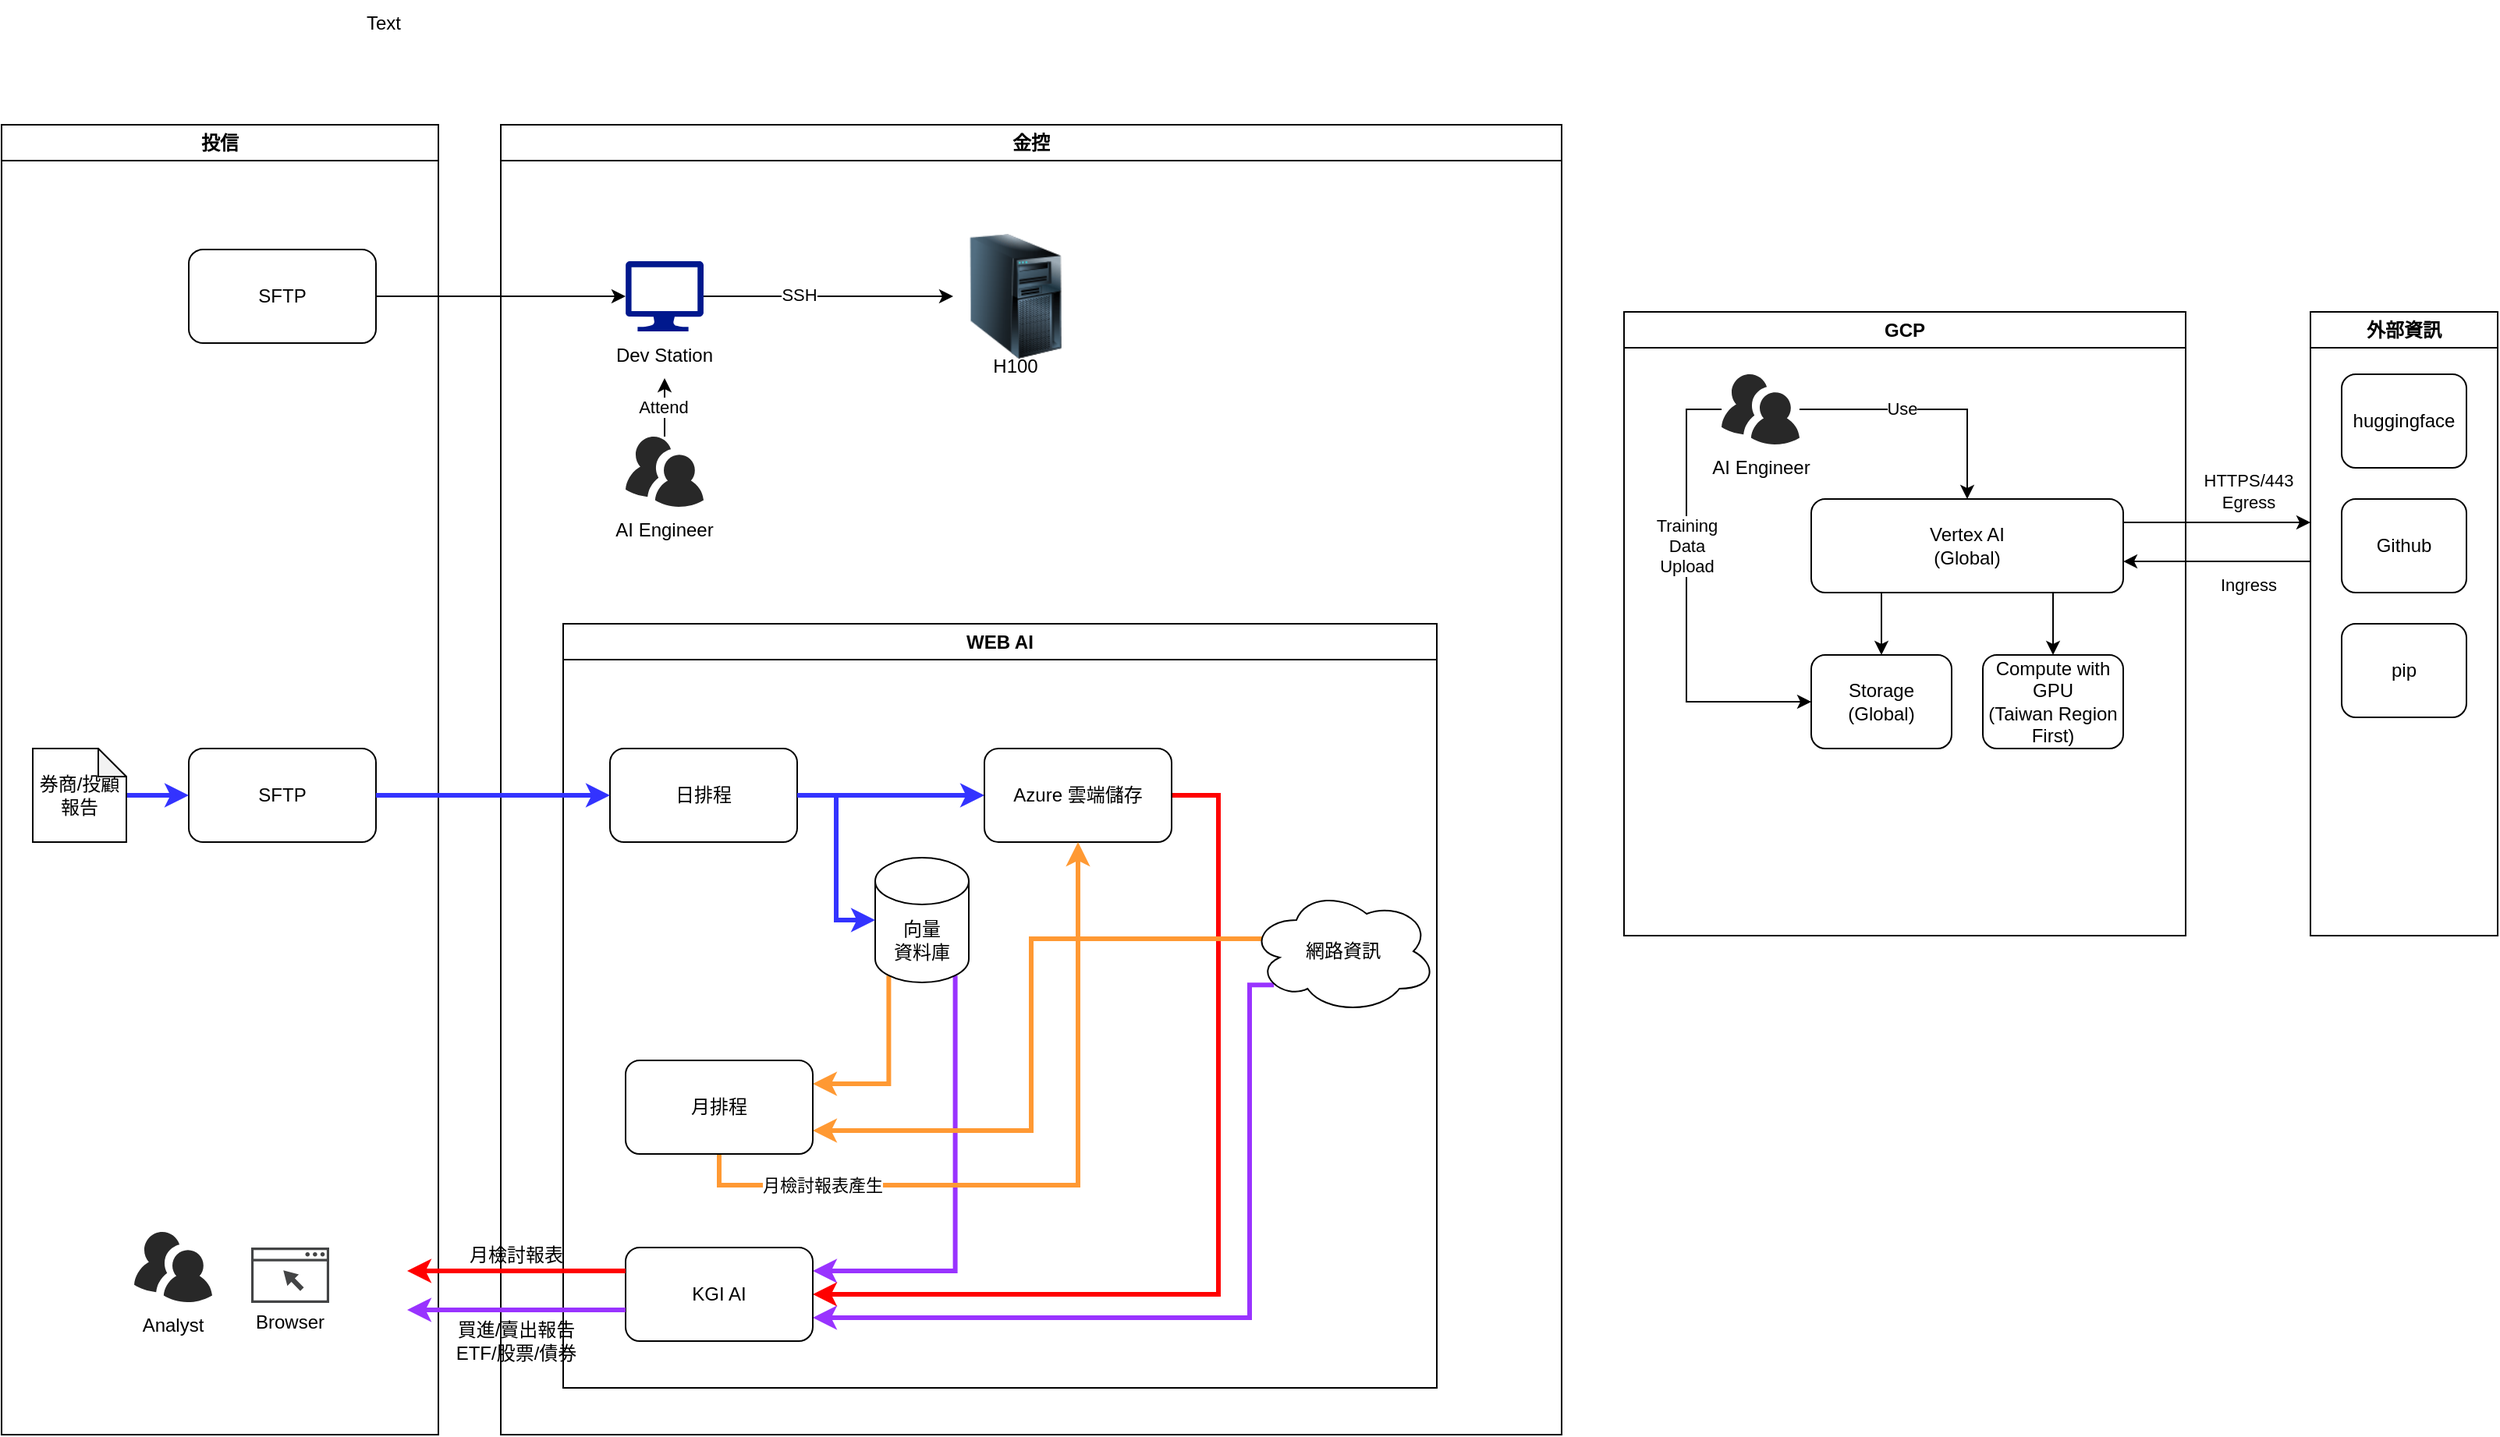
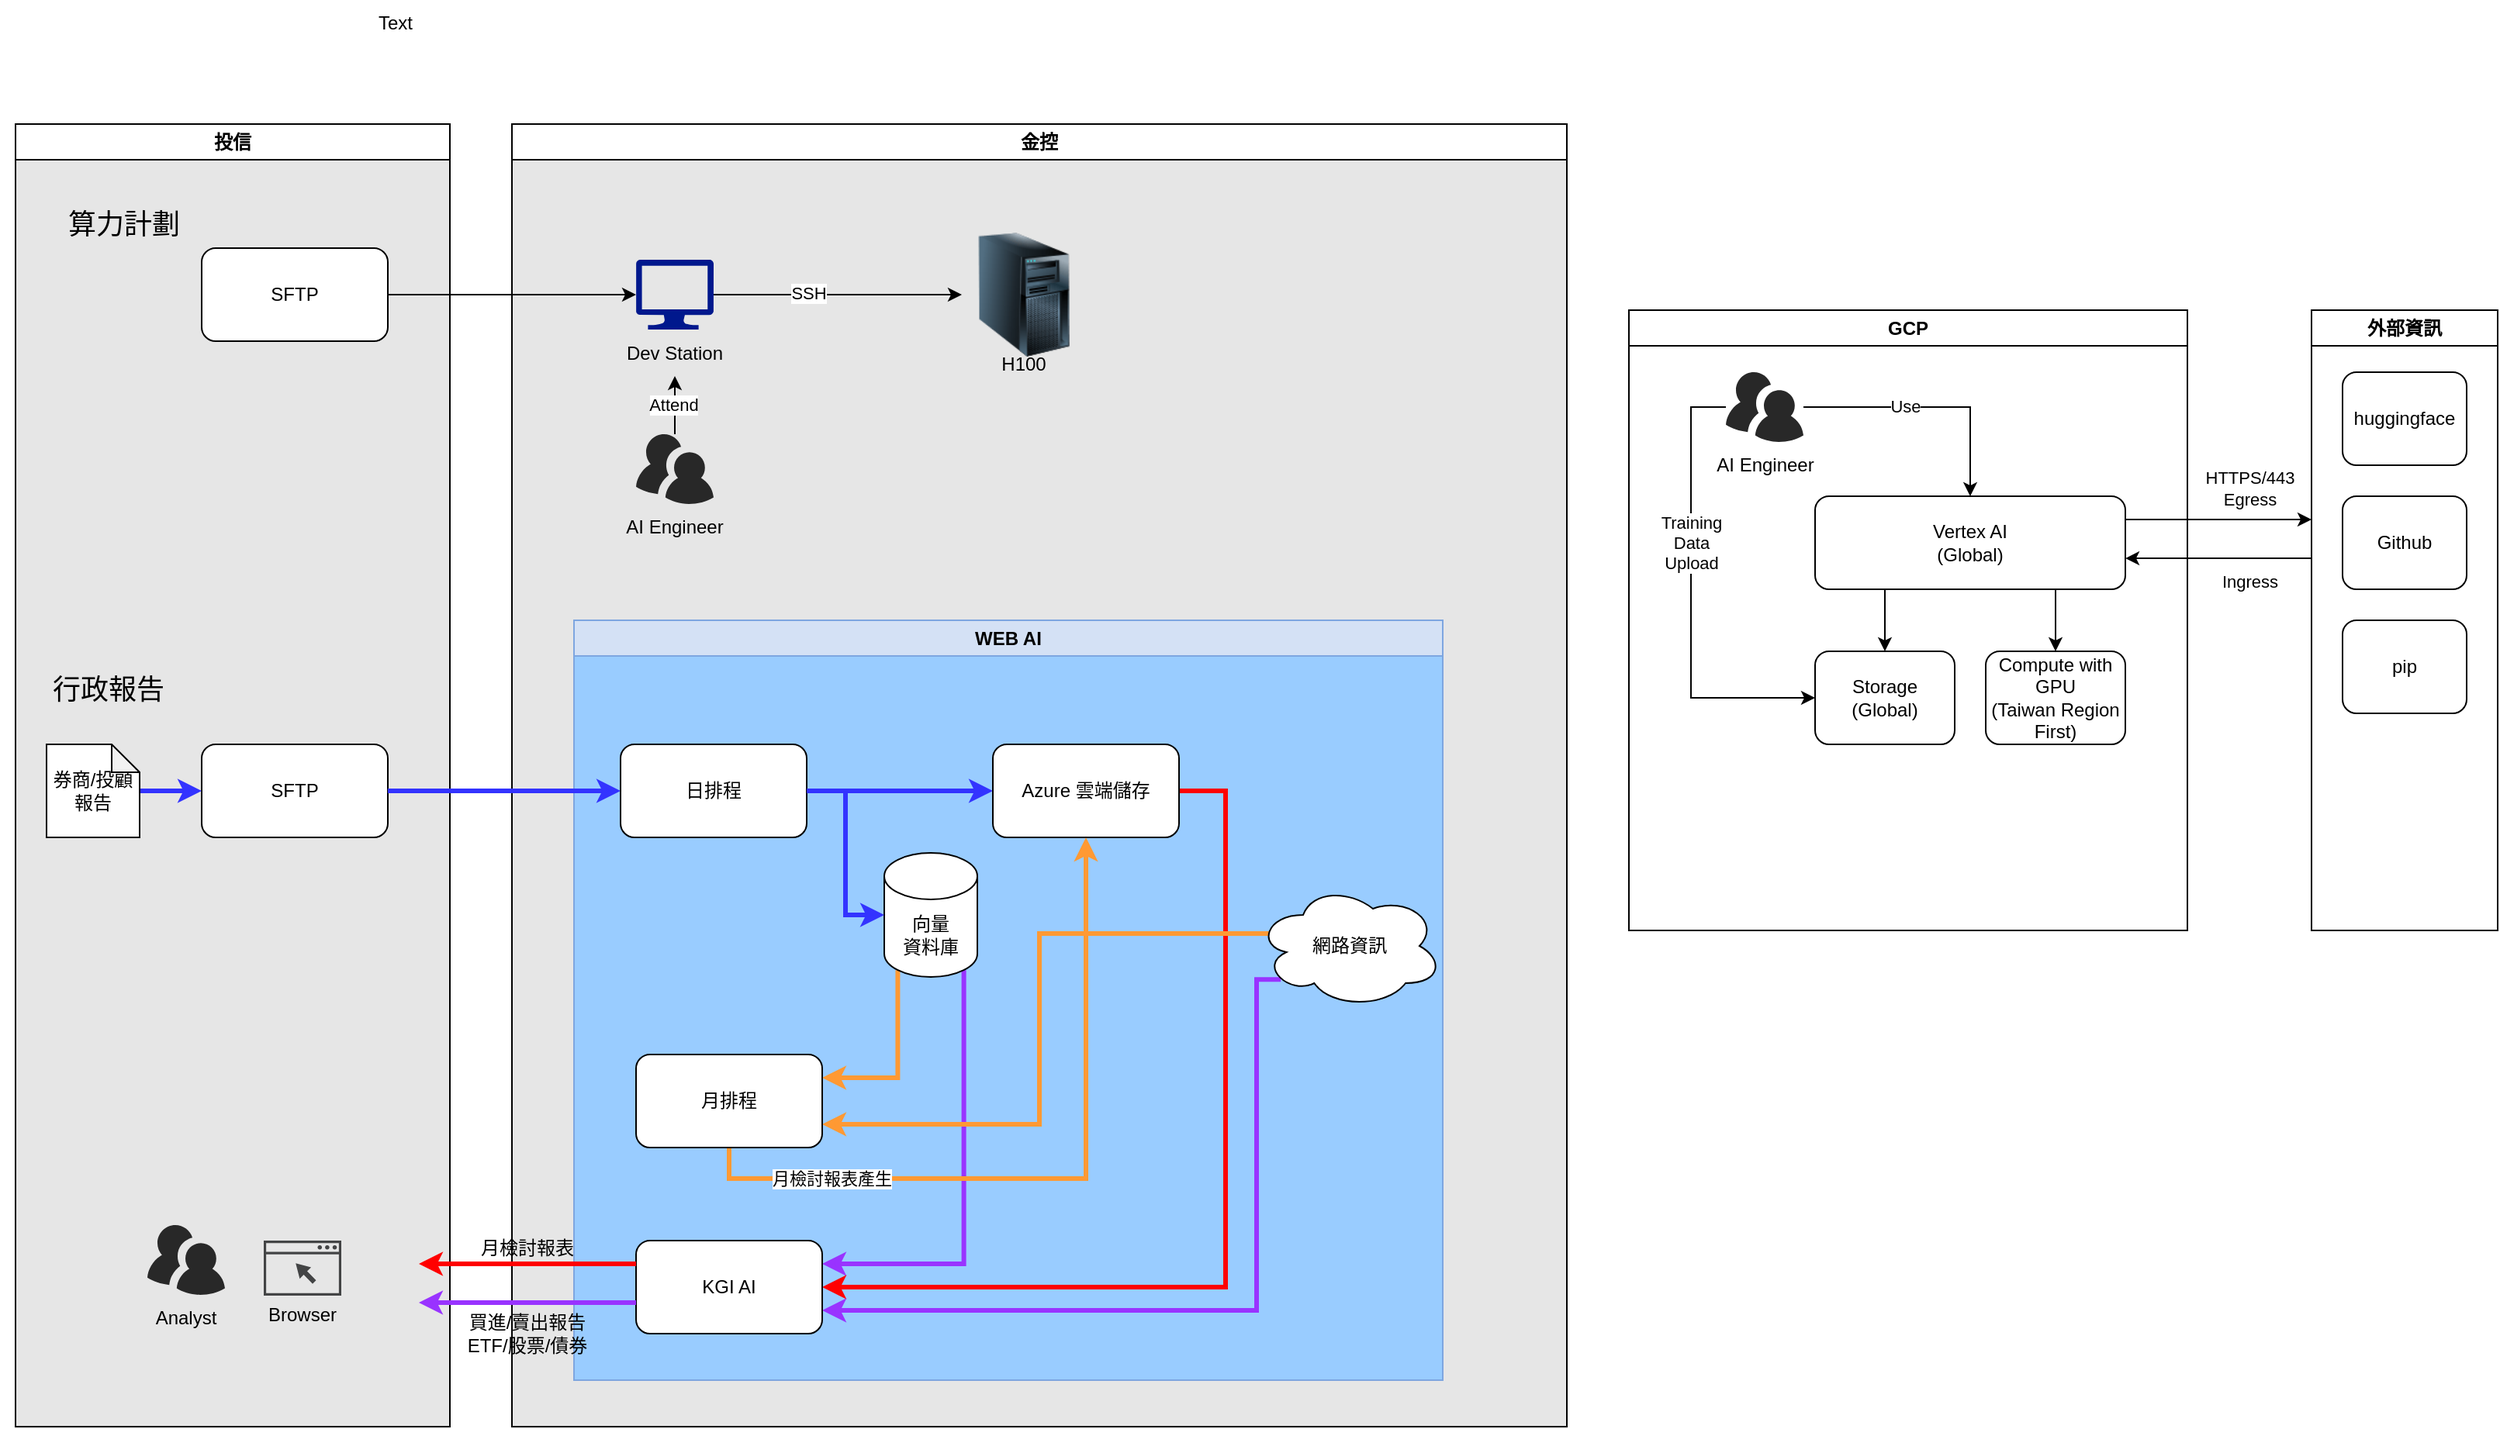
<mxfile host="app.diagrams.net" agent="Mozilla/5.0 (Windows NT 10.0; Win64; x64) AppleWebKit/537.36 (KHTML, like Gecko) Chrome/146.0.0.0 Safari/537.36" version="29.6.6">
  <diagram name="Page-1" id="9DGUQZyVQF0DHj5FkWRD">
-     <mxGraphModel dx="883" dy="453" grid="1" gridSize="10" guides="1" tooltips="1" connect="1" arrows="1" fold="1" page="1" pageScale="1" pageWidth="850" pageHeight="1100" math="0" shadow="0">
+     <mxGraphModel dx="1737" dy="1095" grid="1" gridSize="10" guides="1" tooltips="1" connect="1" arrows="1" fold="1" page="1" pageScale="1" pageWidth="850" pageHeight="1100" math="0" shadow="0">
      <root>
        <mxCell id="0" />
        <mxCell id="1" parent="0" />
-         <mxCell id="si7GJpF5iETkjapc_ZAv-2" parent="1" style="swimlane;whiteSpace=wrap;html=1;" value="投信" vertex="1">
+         <mxCell id="si7GJpF5iETkjapc_ZAv-2" parent="1" style="swimlane;whiteSpace=wrap;html=1;swimlaneFillColor=#E6E6E6;" value="投信" vertex="1">
          <mxGeometry height="840" width="280" x="80" y="120" as="geometry" />
        </mxCell>
        <mxCell id="si7GJpF5iETkjapc_ZAv-3" parent="si7GJpF5iETkjapc_ZAv-2" style="rounded=1;whiteSpace=wrap;html=1;" value="SFTP" vertex="1">
          <mxGeometry height="60" width="120" x="120" y="80" as="geometry" />
        </mxCell>
        <mxCell id="si7GJpF5iETkjapc_ZAv-15" parent="si7GJpF5iETkjapc_ZAv-2" style="rounded=1;whiteSpace=wrap;html=1;" value="SFTP" vertex="1">
          <mxGeometry height="60" width="120" x="120" y="400" as="geometry" />
        </mxCell>
        <mxCell id="si7GJpF5iETkjapc_ZAv-61" connectable="0" parent="si7GJpF5iETkjapc_ZAv-2" style="group" value="" vertex="1">
          <mxGeometry height="75" width="60" x="80" y="710" as="geometry" />
        </mxCell>
        <mxCell id="si7GJpF5iETkjapc_ZAv-59" parent="si7GJpF5iETkjapc_ZAv-61" style="verticalLabelPosition=bottom;sketch=0;html=1;fillColor=#282828;strokeColor=none;verticalAlign=top;pointerEvents=1;align=center;shape=mxgraph.cisco_safe.people_places_things_icons.icon9;" value="" vertex="1">
          <mxGeometry height="45" width="50" x="5" as="geometry" />
        </mxCell>
        <mxCell id="si7GJpF5iETkjapc_ZAv-37" parent="si7GJpF5iETkjapc_ZAv-61" style="text;html=1;whiteSpace=wrap;strokeColor=none;fillColor=none;align=center;verticalAlign=middle;rounded=0;autosize=1;resizable=0;" value="Analyst" vertex="1">
          <mxGeometry height="30" width="60" y="45" as="geometry" />
        </mxCell>
        <mxCell id="si7GJpF5iETkjapc_ZAv-80" connectable="0" parent="si7GJpF5iETkjapc_ZAv-2" style="group" value="" vertex="1">
          <mxGeometry height="62.75" width="70" x="150" y="720" as="geometry" />
        </mxCell>
        <mxCell id="si7GJpF5iETkjapc_ZAv-77" parent="si7GJpF5iETkjapc_ZAv-80" style="sketch=0;pointerEvents=1;shadow=0;dashed=0;html=1;strokeColor=none;fillColor=#434445;aspect=fixed;labelPosition=center;verticalLabelPosition=bottom;verticalAlign=top;align=center;outlineConnect=0;shape=mxgraph.vvd.web_browser;" value="" vertex="1">
          <mxGeometry height="35.5" width="50" x="10" as="geometry" />
        </mxCell>
        <mxCell id="si7GJpF5iETkjapc_ZAv-79" parent="si7GJpF5iETkjapc_ZAv-80" style="text;html=1;whiteSpace=wrap;strokeColor=none;fillColor=none;align=center;verticalAlign=middle;rounded=0;autosize=1;resizable=0;" value="Browser" vertex="1">
          <mxGeometry height="30" width="70" y="32.75" as="geometry" />
        </mxCell>
        <mxCell id="si7GJpF5iETkjapc_ZAv-83" edge="1" parent="si7GJpF5iETkjapc_ZAv-2" source="si7GJpF5iETkjapc_ZAv-82" style="edgeStyle=orthogonalEdgeStyle;rounded=0;orthogonalLoop=1;jettySize=auto;html=1;strokeColor=#3333FF;strokeWidth=3;" target="si7GJpF5iETkjapc_ZAv-15">
          <mxGeometry relative="1" as="geometry" />
        </mxCell>
        <mxCell id="si7GJpF5iETkjapc_ZAv-82" parent="si7GJpF5iETkjapc_ZAv-2" style="shape=note;whiteSpace=wrap;html=1;backgroundOutline=1;darkOpacity=0.05;size=18;" value="券商/投顧報告" vertex="1">
          <mxGeometry height="60" width="60" x="20" y="400" as="geometry" />
        </mxCell>
-         <mxCell id="si7GJpF5iETkjapc_ZAv-4" parent="1" style="swimlane;whiteSpace=wrap;html=1;" value="金控" vertex="1">
+         <mxCell id="si7GJpF5iETkjapc_ZAv-126" parent="si7GJpF5iETkjapc_ZAv-2" style="text;html=1;whiteSpace=wrap;strokeColor=none;fillColor=none;align=center;verticalAlign=middle;rounded=0;" value="&lt;font style=&quot;font-size: 18px;&quot;&gt;算力計劃&lt;/font&gt;" vertex="1">
+           <mxGeometry height="30" width="140" y="50" as="geometry" />
+         </mxCell>
+         <mxCell id="si7GJpF5iETkjapc_ZAv-127" parent="si7GJpF5iETkjapc_ZAv-2" style="text;html=1;whiteSpace=wrap;strokeColor=none;fillColor=none;align=center;verticalAlign=middle;rounded=0;" value="&lt;font style=&quot;font-size: 18px;&quot;&gt;行政報告&lt;/font&gt;" vertex="1">
+           <mxGeometry height="30" width="140" x="-10" y="350" as="geometry" />
+         </mxCell>
+         <mxCell id="si7GJpF5iETkjapc_ZAv-4" parent="1" style="swimlane;whiteSpace=wrap;html=1;swimlaneFillColor=#E6E6E6;" value="金控" vertex="1">
          <mxGeometry height="840" width="680" x="400" y="120" as="geometry" />
        </mxCell>
        <mxCell id="si7GJpF5iETkjapc_ZAv-12" edge="1" parent="si7GJpF5iETkjapc_ZAv-4" source="si7GJpF5iETkjapc_ZAv-6" style="edgeStyle=orthogonalEdgeStyle;rounded=0;orthogonalLoop=1;jettySize=auto;html=1;" target="si7GJpF5iETkjapc_ZAv-7">
          <mxGeometry relative="1" as="geometry" />
        </mxCell>
        <mxCell id="si7GJpF5iETkjapc_ZAv-13" connectable="0" parent="si7GJpF5iETkjapc_ZAv-12" style="edgeLabel;html=1;align=center;verticalAlign=middle;resizable=0;points=[];" value="SSH" vertex="1">
          <mxGeometry relative="1" x="-0.2415" y="1" as="geometry">
            <mxPoint as="offset" />
          </mxGeometry>
        </mxCell>
        <mxCell id="si7GJpF5iETkjapc_ZAv-7" parent="si7GJpF5iETkjapc_ZAv-4" style="image;html=1;image=img/lib/clip_art/computers/Server_Tower_128x128.png" value="" vertex="1">
          <mxGeometry height="80" width="80" x="290" y="70" as="geometry" />
        </mxCell>
        <mxCell id="si7GJpF5iETkjapc_ZAv-9" parent="si7GJpF5iETkjapc_ZAv-4" style="text;html=1;whiteSpace=wrap;strokeColor=none;fillColor=none;align=center;verticalAlign=middle;rounded=0;autosize=1;resizable=0;" value="H100" vertex="1">
          <mxGeometry height="30" width="50" x="305" y="140" as="geometry" />
        </mxCell>
        <mxCell id="si7GJpF5iETkjapc_ZAv-14" connectable="0" parent="si7GJpF5iETkjapc_ZAv-4" style="group" value="" vertex="1">
          <mxGeometry height="75" width="90" x="60" y="87.5" as="geometry" />
        </mxCell>
        <mxCell id="si7GJpF5iETkjapc_ZAv-6" parent="si7GJpF5iETkjapc_ZAv-14" style="sketch=0;aspect=fixed;pointerEvents=1;shadow=0;dashed=0;html=1;strokeColor=none;labelPosition=center;verticalLabelPosition=bottom;verticalAlign=top;align=center;fillColor=#00188D;shape=mxgraph.azure.computer" value="" vertex="1">
          <mxGeometry height="45" width="50" x="20" as="geometry" />
        </mxCell>
        <mxCell id="si7GJpF5iETkjapc_ZAv-10" parent="si7GJpF5iETkjapc_ZAv-14" style="text;html=1;whiteSpace=wrap;strokeColor=none;fillColor=none;align=center;verticalAlign=middle;rounded=0;autosize=1;resizable=0;" value="Dev Station" vertex="1">
          <mxGeometry height="30" width="90" y="45" as="geometry" />
        </mxCell>
-         <mxCell id="si7GJpF5iETkjapc_ZAv-17" parent="si7GJpF5iETkjapc_ZAv-4" style="swimlane;whiteSpace=wrap;html=1;" value="WEB AI" vertex="1">
+         <mxCell id="si7GJpF5iETkjapc_ZAv-17" parent="si7GJpF5iETkjapc_ZAv-4" style="swimlane;whiteSpace=wrap;html=1;fillColor=#D4E1F5;strokeColor=#7EA6E0;gradientColor=none;swimlaneFillColor=#99CCFF;" value="WEB AI" vertex="1">
          <mxGeometry height="490" width="560" x="40" y="320" as="geometry" />
        </mxCell>
        <mxCell id="si7GJpF5iETkjapc_ZAv-29" edge="1" parent="si7GJpF5iETkjapc_ZAv-17" source="si7GJpF5iETkjapc_ZAv-18" style="edgeStyle=orthogonalEdgeStyle;rounded=0;orthogonalLoop=1;jettySize=auto;html=1;strokeWidth=3;strokeColor=#3333FF;" target="si7GJpF5iETkjapc_ZAv-28">
          <mxGeometry relative="1" as="geometry" />
        </mxCell>
        <mxCell id="si7GJpF5iETkjapc_ZAv-18" parent="si7GJpF5iETkjapc_ZAv-17" style="rounded=1;whiteSpace=wrap;html=1;" value="日排程" vertex="1">
          <mxGeometry height="60" width="120" x="30" y="80" as="geometry" />
        </mxCell>
        <mxCell id="si7GJpF5iETkjapc_ZAv-47" edge="1" parent="si7GJpF5iETkjapc_ZAv-17" source="si7GJpF5iETkjapc_ZAv-20" style="edgeStyle=orthogonalEdgeStyle;rounded=0;orthogonalLoop=1;jettySize=auto;html=1;entryX=1;entryY=0.25;entryDx=0;entryDy=0;exitX=0.145;exitY=1;exitDx=0;exitDy=-4.35;exitPerimeter=0;strokeWidth=3;strokeColor=#FF9933;" target="si7GJpF5iETkjapc_ZAv-45">
          <mxGeometry relative="1" as="geometry">
            <Array as="points">
              <mxPoint x="209" y="295" />
            </Array>
          </mxGeometry>
        </mxCell>
        <mxCell id="si7GJpF5iETkjapc_ZAv-53" edge="1" parent="si7GJpF5iETkjapc_ZAv-17" source="si7GJpF5iETkjapc_ZAv-20" style="edgeStyle=orthogonalEdgeStyle;rounded=0;orthogonalLoop=1;jettySize=auto;html=1;entryX=1;entryY=0.25;entryDx=0;entryDy=0;exitX=0.855;exitY=1;exitDx=0;exitDy=-4.35;exitPerimeter=0;strokeWidth=3;strokeColor=#9933FF;" target="si7GJpF5iETkjapc_ZAv-39">
          <mxGeometry relative="1" as="geometry">
            <Array as="points">
              <mxPoint x="251" y="415" />
            </Array>
          </mxGeometry>
        </mxCell>
        <mxCell id="si7GJpF5iETkjapc_ZAv-20" parent="si7GJpF5iETkjapc_ZAv-17" style="shape=cylinder3;whiteSpace=wrap;html=1;boundedLbl=1;backgroundOutline=1;size=15;" value="向量&lt;div&gt;資料庫&lt;/div&gt;" vertex="1">
          <mxGeometry height="80" width="60" x="200" y="150" as="geometry" />
        </mxCell>
        <mxCell id="si7GJpF5iETkjapc_ZAv-84" edge="1" parent="si7GJpF5iETkjapc_ZAv-17" source="si7GJpF5iETkjapc_ZAv-28" style="edgeStyle=orthogonalEdgeStyle;rounded=0;orthogonalLoop=1;jettySize=auto;html=1;entryX=1;entryY=0.5;entryDx=0;entryDy=0;exitX=1;exitY=0.5;exitDx=0;exitDy=0;strokeWidth=3;strokeColor=#FF0000;" target="si7GJpF5iETkjapc_ZAv-39">
          <mxGeometry relative="1" as="geometry">
            <Array as="points">
              <mxPoint x="420" y="110" />
              <mxPoint x="420" y="430" />
            </Array>
            <mxPoint x="420" y="450" as="targetPoint" />
          </mxGeometry>
        </mxCell>
        <mxCell id="si7GJpF5iETkjapc_ZAv-28" parent="si7GJpF5iETkjapc_ZAv-17" style="rounded=1;whiteSpace=wrap;html=1;" value="Azure 雲端儲存" vertex="1">
          <mxGeometry height="60" width="120" x="270" y="80" as="geometry" />
        </mxCell>
        <mxCell id="si7GJpF5iETkjapc_ZAv-48" edge="1" parent="si7GJpF5iETkjapc_ZAv-17" source="si7GJpF5iETkjapc_ZAv-38" style="edgeStyle=orthogonalEdgeStyle;rounded=0;orthogonalLoop=1;jettySize=auto;html=1;entryX=1;entryY=0.75;entryDx=0;entryDy=0;strokeWidth=3;strokeColor=#FF9933;exitX=0.07;exitY=0.4;exitDx=0;exitDy=0;exitPerimeter=0;" target="si7GJpF5iETkjapc_ZAv-45">
          <mxGeometry relative="1" as="geometry" />
        </mxCell>
        <mxCell id="si7GJpF5iETkjapc_ZAv-54" edge="1" parent="si7GJpF5iETkjapc_ZAv-17" source="si7GJpF5iETkjapc_ZAv-38" style="edgeStyle=orthogonalEdgeStyle;rounded=0;orthogonalLoop=1;jettySize=auto;html=1;entryX=1;entryY=0.75;entryDx=0;entryDy=0;exitX=0.13;exitY=0.77;exitDx=0;exitDy=0;exitPerimeter=0;strokeWidth=3;strokeColor=#9933FF;" target="si7GJpF5iETkjapc_ZAv-39">
          <mxGeometry relative="1" as="geometry">
            <Array as="points">
              <mxPoint x="440" y="232" />
              <mxPoint x="440" y="445" />
            </Array>
          </mxGeometry>
        </mxCell>
        <mxCell id="si7GJpF5iETkjapc_ZAv-38" parent="si7GJpF5iETkjapc_ZAv-17" style="ellipse;shape=cloud;whiteSpace=wrap;html=1;" value="網路資訊" vertex="1">
          <mxGeometry height="80" width="120" x="440" y="170" as="geometry" />
        </mxCell>
        <mxCell id="si7GJpF5iETkjapc_ZAv-39" parent="si7GJpF5iETkjapc_ZAv-17" style="rounded=1;whiteSpace=wrap;html=1;" value="KGI AI" vertex="1">
          <mxGeometry height="60" width="120" x="40" y="400" as="geometry" />
        </mxCell>
        <mxCell id="si7GJpF5iETkjapc_ZAv-49" edge="1" parent="si7GJpF5iETkjapc_ZAv-17" source="si7GJpF5iETkjapc_ZAv-45" style="edgeStyle=orthogonalEdgeStyle;rounded=0;orthogonalLoop=1;jettySize=auto;html=1;entryX=0.5;entryY=1;entryDx=0;entryDy=0;exitX=0.5;exitY=1;exitDx=0;exitDy=0;strokeWidth=3;strokeColor=#FF9933;" target="si7GJpF5iETkjapc_ZAv-28">
          <mxGeometry relative="1" as="geometry" />
        </mxCell>
        <mxCell id="si7GJpF5iETkjapc_ZAv-56" connectable="0" parent="si7GJpF5iETkjapc_ZAv-49" style="edgeLabel;html=1;align=center;verticalAlign=middle;resizable=0;points=[];" value="月檢討報表產生" vertex="1">
          <mxGeometry relative="1" x="-0.6366" as="geometry">
            <mxPoint as="offset" />
          </mxGeometry>
        </mxCell>
        <mxCell id="si7GJpF5iETkjapc_ZAv-45" parent="si7GJpF5iETkjapc_ZAv-17" style="rounded=1;whiteSpace=wrap;html=1;" value="月排程" vertex="1">
          <mxGeometry height="60" width="120" x="40" y="280" as="geometry" />
        </mxCell>
        <mxCell id="si7GJpF5iETkjapc_ZAv-52" edge="1" parent="si7GJpF5iETkjapc_ZAv-17" source="si7GJpF5iETkjapc_ZAv-18" style="edgeStyle=orthogonalEdgeStyle;rounded=0;orthogonalLoop=1;jettySize=auto;html=1;entryX=0;entryY=0.5;entryDx=0;entryDy=0;entryPerimeter=0;strokeWidth=3;strokeColor=#3333FF;" target="si7GJpF5iETkjapc_ZAv-20">
          <mxGeometry relative="1" as="geometry" />
        </mxCell>
        <mxCell id="si7GJpF5iETkjapc_ZAv-72" connectable="0" parent="si7GJpF5iETkjapc_ZAv-4" style="group" value="" vertex="1">
          <mxGeometry height="75" width="75" x="75" y="200" as="geometry" />
        </mxCell>
        <mxCell id="si7GJpF5iETkjapc_ZAv-73" parent="si7GJpF5iETkjapc_ZAv-72" style="verticalLabelPosition=bottom;sketch=0;html=1;fillColor=#282828;strokeColor=none;verticalAlign=top;pointerEvents=1;align=center;shape=mxgraph.cisco_safe.people_places_things_icons.icon9;" value="" vertex="1">
          <mxGeometry height="45" width="50" x="5" as="geometry" />
        </mxCell>
        <mxCell id="si7GJpF5iETkjapc_ZAv-74" parent="si7GJpF5iETkjapc_ZAv-72" style="text;html=1;whiteSpace=wrap;strokeColor=none;fillColor=none;align=center;verticalAlign=middle;rounded=0;autosize=1;resizable=0;" value="AI Engineer" vertex="1">
          <mxGeometry height="30" width="90" x="-15" y="45" as="geometry" />
        </mxCell>
        <mxCell id="si7GJpF5iETkjapc_ZAv-75" edge="1" parent="si7GJpF5iETkjapc_ZAv-4" source="si7GJpF5iETkjapc_ZAv-73" style="edgeStyle=orthogonalEdgeStyle;rounded=0;orthogonalLoop=1;jettySize=auto;html=1;entryX=0.5;entryY=1;entryDx=0;entryDy=0;" target="si7GJpF5iETkjapc_ZAv-10">
          <mxGeometry relative="1" as="geometry" />
        </mxCell>
        <mxCell id="si7GJpF5iETkjapc_ZAv-76" connectable="0" parent="si7GJpF5iETkjapc_ZAv-75" style="edgeLabel;html=1;align=center;verticalAlign=middle;resizable=0;points=[];" value="Attend" vertex="1">
          <mxGeometry relative="1" x="0.12" y="1" as="geometry">
            <mxPoint as="offset" />
          </mxGeometry>
        </mxCell>
        <mxCell id="si7GJpF5iETkjapc_ZAv-88" edge="1" parent="si7GJpF5iETkjapc_ZAv-4" style="edgeStyle=orthogonalEdgeStyle;rounded=0;orthogonalLoop=1;jettySize=auto;html=1;strokeWidth=3;strokeColor=#9933FF;">
          <mxGeometry relative="1" as="geometry">
            <mxPoint x="80" y="760" as="sourcePoint" />
            <mxPoint x="-60" y="760" as="targetPoint" />
          </mxGeometry>
        </mxCell>
        <mxCell id="si7GJpF5iETkjapc_ZAv-57" parent="si7GJpF5iETkjapc_ZAv-4" style="text;html=1;whiteSpace=wrap;strokeColor=none;fillColor=none;align=center;verticalAlign=middle;rounded=0;autosize=1;resizable=0;" value="月檢討報表" vertex="1">
          <mxGeometry height="30" width="80" x="-30" y="710" as="geometry" />
        </mxCell>
        <mxCell id="si7GJpF5iETkjapc_ZAv-55" parent="si7GJpF5iETkjapc_ZAv-4" style="text;html=1;whiteSpace=wrap;strokeColor=none;fillColor=none;align=center;verticalAlign=middle;rounded=0;autosize=1;resizable=0;" value="買進/賣出報告&lt;br&gt;ETF/股票/債券" vertex="1">
          <mxGeometry height="40" width="100" x="-40" y="760" as="geometry" />
        </mxCell>
        <mxCell id="si7GJpF5iETkjapc_ZAv-11" edge="1" parent="1" source="si7GJpF5iETkjapc_ZAv-3" style="edgeStyle=orthogonalEdgeStyle;rounded=0;orthogonalLoop=1;jettySize=auto;html=1;entryX=0;entryY=0.5;entryDx=0;entryDy=0;entryPerimeter=0;" target="si7GJpF5iETkjapc_ZAv-6">
          <mxGeometry relative="1" as="geometry" />
        </mxCell>
        <mxCell id="si7GJpF5iETkjapc_ZAv-8" parent="1" style="text;html=1;whiteSpace=wrap;strokeColor=none;fillColor=none;align=center;verticalAlign=middle;rounded=0;autosize=1;resizable=0;" value="Text" vertex="1">
          <mxGeometry height="30" width="50" x="300" y="40" as="geometry" />
        </mxCell>
        <mxCell id="si7GJpF5iETkjapc_ZAv-21" edge="1" parent="1" source="si7GJpF5iETkjapc_ZAv-15" style="edgeStyle=orthogonalEdgeStyle;rounded=0;orthogonalLoop=1;jettySize=auto;html=1;entryX=0;entryY=0.5;entryDx=0;entryDy=0;strokeWidth=3;strokeColor=#3333FF;" target="si7GJpF5iETkjapc_ZAv-18">
          <mxGeometry relative="1" as="geometry" />
        </mxCell>
        <mxCell id="si7GJpF5iETkjapc_ZAv-87" edge="1" parent="1" source="si7GJpF5iETkjapc_ZAv-39" style="edgeStyle=orthogonalEdgeStyle;rounded=0;orthogonalLoop=1;jettySize=auto;html=1;strokeWidth=3;strokeColor=#FF0000;exitX=0;exitY=0.25;exitDx=0;exitDy=0;">
          <mxGeometry relative="1" as="geometry">
            <Array as="points" />
            <mxPoint x="450" y="840" as="sourcePoint" />
            <mxPoint x="340" y="855" as="targetPoint" />
          </mxGeometry>
        </mxCell>
        <mxCell id="si7GJpF5iETkjapc_ZAv-91" parent="1" style="swimlane;whiteSpace=wrap;html=1;" value="GCP" vertex="1">
          <mxGeometry height="400" width="360" x="1120" y="240" as="geometry" />
        </mxCell>
        <mxCell id="si7GJpF5iETkjapc_ZAv-104" edge="1" parent="si7GJpF5iETkjapc_ZAv-91" source="si7GJpF5iETkjapc_ZAv-92" style="edgeStyle=orthogonalEdgeStyle;rounded=0;orthogonalLoop=1;jettySize=auto;html=1;entryX=0.5;entryY=0;entryDx=0;entryDy=0;" target="si7GJpF5iETkjapc_ZAv-93">
          <mxGeometry relative="1" as="geometry">
            <Array as="points">
              <mxPoint x="275" y="220" />
              <mxPoint x="275" y="220" />
            </Array>
          </mxGeometry>
        </mxCell>
        <mxCell id="si7GJpF5iETkjapc_ZAv-123" edge="1" parent="si7GJpF5iETkjapc_ZAv-91" source="si7GJpF5iETkjapc_ZAv-92" style="edgeStyle=orthogonalEdgeStyle;rounded=0;orthogonalLoop=1;jettySize=auto;html=1;entryX=0.5;entryY=0;entryDx=0;entryDy=0;" target="si7GJpF5iETkjapc_ZAv-94">
          <mxGeometry relative="1" as="geometry">
            <Array as="points">
              <mxPoint x="165" y="200" />
              <mxPoint x="165" y="200" />
            </Array>
          </mxGeometry>
        </mxCell>
        <mxCell id="si7GJpF5iETkjapc_ZAv-92" parent="si7GJpF5iETkjapc_ZAv-91" style="rounded=1;whiteSpace=wrap;html=1;" value="Vertex AI&lt;br&gt;(Global)" vertex="1">
          <mxGeometry height="60" width="200" x="120" y="120" as="geometry" />
        </mxCell>
        <mxCell id="si7GJpF5iETkjapc_ZAv-94" parent="si7GJpF5iETkjapc_ZAv-91" style="rounded=1;whiteSpace=wrap;html=1;" value="Storage&lt;br&gt;(Global)" vertex="1">
          <mxGeometry height="60" width="90" x="120" y="220" as="geometry" />
        </mxCell>
        <mxCell id="si7GJpF5iETkjapc_ZAv-93" parent="si7GJpF5iETkjapc_ZAv-91" style="rounded=1;whiteSpace=wrap;html=1;" value="Compute with GPU&lt;br&gt;(Taiwan Region First)" vertex="1">
          <mxGeometry height="60" width="90" x="230" y="220" as="geometry" />
        </mxCell>
        <mxCell id="si7GJpF5iETkjapc_ZAv-117" connectable="0" parent="si7GJpF5iETkjapc_ZAv-91" style="group" value="" vertex="1">
          <mxGeometry height="75" width="75" x="57.5" y="40" as="geometry" />
        </mxCell>
        <mxCell id="si7GJpF5iETkjapc_ZAv-118" parent="si7GJpF5iETkjapc_ZAv-117" style="verticalLabelPosition=bottom;sketch=0;html=1;fillColor=#282828;strokeColor=none;verticalAlign=top;pointerEvents=1;align=center;shape=mxgraph.cisco_safe.people_places_things_icons.icon9;" value="" vertex="1">
          <mxGeometry height="45" width="50" x="5" as="geometry" />
        </mxCell>
        <mxCell id="si7GJpF5iETkjapc_ZAv-119" parent="si7GJpF5iETkjapc_ZAv-117" style="text;html=1;whiteSpace=wrap;strokeColor=none;fillColor=none;align=center;verticalAlign=middle;rounded=0;autosize=1;resizable=0;" value="AI Engineer" vertex="1">
          <mxGeometry height="30" width="90" x="-15" y="45" as="geometry" />
        </mxCell>
        <mxCell id="si7GJpF5iETkjapc_ZAv-120" edge="1" parent="si7GJpF5iETkjapc_ZAv-91" source="si7GJpF5iETkjapc_ZAv-118" style="edgeStyle=orthogonalEdgeStyle;rounded=0;orthogonalLoop=1;jettySize=auto;html=1;entryX=0;entryY=0.5;entryDx=0;entryDy=0;" target="si7GJpF5iETkjapc_ZAv-94">
          <mxGeometry relative="1" as="geometry">
            <Array as="points">
              <mxPoint x="40" y="63" />
              <mxPoint x="40" y="250" />
            </Array>
          </mxGeometry>
        </mxCell>
        <mxCell id="si7GJpF5iETkjapc_ZAv-121" connectable="0" parent="si7GJpF5iETkjapc_ZAv-120" style="edgeLabel;html=1;align=center;verticalAlign=middle;resizable=0;points=[];" value="Training&lt;br&gt;Data&lt;br&gt;Upload" vertex="1">
          <mxGeometry relative="1" x="-0.2184" as="geometry">
            <mxPoint y="-4" as="offset" />
          </mxGeometry>
        </mxCell>
        <mxCell id="si7GJpF5iETkjapc_ZAv-124" edge="1" parent="si7GJpF5iETkjapc_ZAv-91" source="si7GJpF5iETkjapc_ZAv-118" style="edgeStyle=orthogonalEdgeStyle;rounded=0;orthogonalLoop=1;jettySize=auto;html=1;" target="si7GJpF5iETkjapc_ZAv-92">
          <mxGeometry relative="1" as="geometry" />
        </mxCell>
        <mxCell id="si7GJpF5iETkjapc_ZAv-125" connectable="0" parent="si7GJpF5iETkjapc_ZAv-124" style="edgeLabel;html=1;align=center;verticalAlign=middle;resizable=0;points=[];" value="Use" vertex="1">
          <mxGeometry relative="1" x="-0.2066" y="1" as="geometry">
            <mxPoint as="offset" />
          </mxGeometry>
        </mxCell>
        <mxCell id="si7GJpF5iETkjapc_ZAv-109" edge="1" parent="1" source="si7GJpF5iETkjapc_ZAv-98" style="edgeStyle=orthogonalEdgeStyle;rounded=0;orthogonalLoop=1;jettySize=auto;html=1;entryX=1;entryY=0.667;entryDx=0;entryDy=0;entryPerimeter=0;" target="si7GJpF5iETkjapc_ZAv-92">
          <mxGeometry relative="1" as="geometry">
            <Array as="points">
              <mxPoint x="1520" y="400" />
              <mxPoint x="1520" y="400" />
            </Array>
            <mxPoint x="1430" y="400" as="targetPoint" />
          </mxGeometry>
        </mxCell>
        <mxCell id="si7GJpF5iETkjapc_ZAv-110" connectable="0" parent="si7GJpF5iETkjapc_ZAv-109" style="edgeLabel;html=1;align=center;verticalAlign=middle;resizable=0;points=[];" value="Ingress" vertex="1">
          <mxGeometry relative="1" x="-0.1867" y="-4" as="geometry">
            <mxPoint x="9" y="19" as="offset" />
          </mxGeometry>
        </mxCell>
        <mxCell id="si7GJpF5iETkjapc_ZAv-98" parent="1" style="swimlane;whiteSpace=wrap;html=1;" value="外部資訊" vertex="1">
          <mxGeometry height="400" width="120" x="1560" y="240" as="geometry" />
        </mxCell>
        <mxCell id="si7GJpF5iETkjapc_ZAv-97" parent="si7GJpF5iETkjapc_ZAv-98" style="rounded=1;whiteSpace=wrap;html=1;" value="huggingface" vertex="1">
          <mxGeometry height="60" width="80" x="20" y="40" as="geometry" />
        </mxCell>
        <mxCell id="si7GJpF5iETkjapc_ZAv-105" parent="si7GJpF5iETkjapc_ZAv-98" style="rounded=1;whiteSpace=wrap;html=1;" value="Github" vertex="1">
          <mxGeometry height="60" width="80" x="20" y="120" as="geometry" />
        </mxCell>
        <mxCell id="si7GJpF5iETkjapc_ZAv-106" parent="si7GJpF5iETkjapc_ZAv-98" style="rounded=1;whiteSpace=wrap;html=1;" value="pip" vertex="1">
          <mxGeometry height="60" width="80" x="20" y="200" as="geometry" />
        </mxCell>
        <mxCell id="si7GJpF5iETkjapc_ZAv-107" edge="1" parent="1" source="si7GJpF5iETkjapc_ZAv-92" style="edgeStyle=orthogonalEdgeStyle;rounded=0;orthogonalLoop=1;jettySize=auto;html=1;exitX=1;exitY=0.25;exitDx=0;exitDy=0;">
          <mxGeometry relative="1" as="geometry">
            <Array as="points">
              <mxPoint x="1550" y="375" />
            </Array>
            <mxPoint x="1560" y="375" as="targetPoint" />
          </mxGeometry>
        </mxCell>
        <mxCell id="si7GJpF5iETkjapc_ZAv-116" connectable="0" parent="si7GJpF5iETkjapc_ZAv-107" style="edgeLabel;html=1;align=center;verticalAlign=middle;resizable=0;points=[];" value="HTTPS/443&lt;br&gt;Egress" vertex="1">
          <mxGeometry relative="1" x="0.2682" y="1" as="geometry">
            <mxPoint x="4" y="-19" as="offset" />
          </mxGeometry>
        </mxCell>
      </root>
    </mxGraphModel>
  </diagram>
</mxfile>
